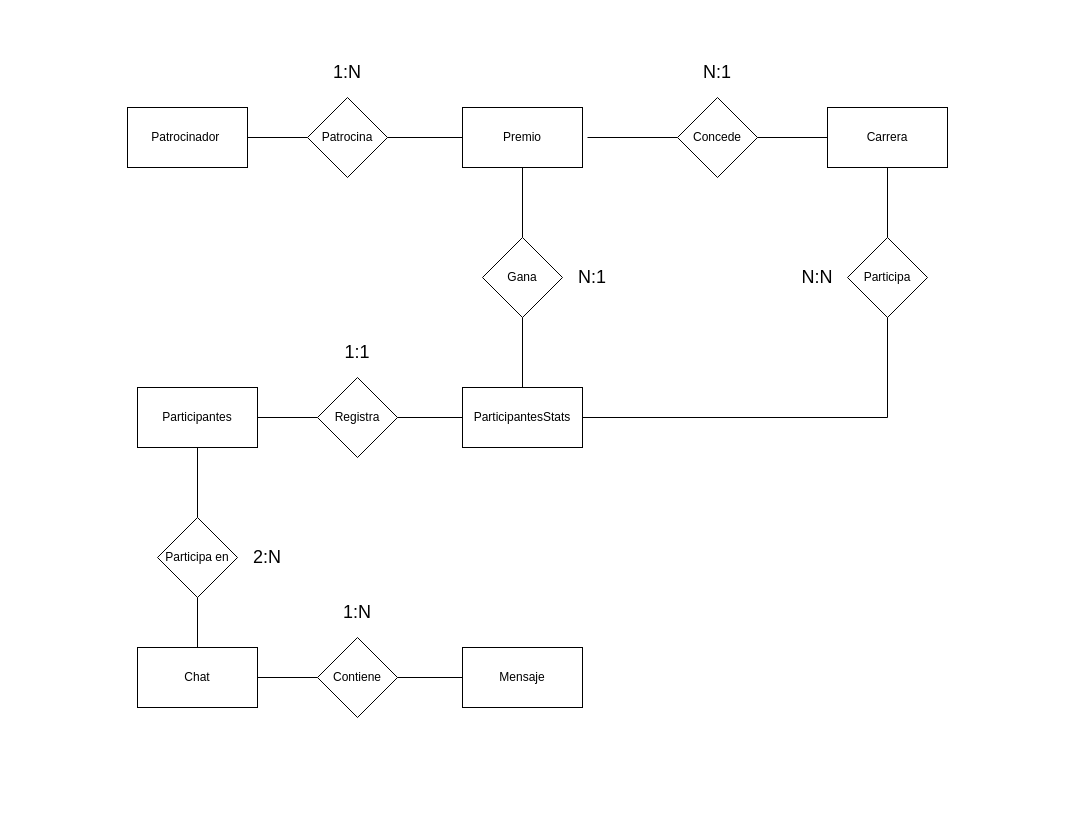
Earlier version of the draw.io diagram Diagram/entidad-relacion.drawio (JosueMatamoros/AthleticsRaceDB). Source tidied: cells renumbered, new cells numbered last; positions are measured from the earlier drawing's top-left corner, leaving out a move shared by most shapes. Both pictures are drawn from the tidied source at 100%, with x=0, y=0 at pixel (127, 57).
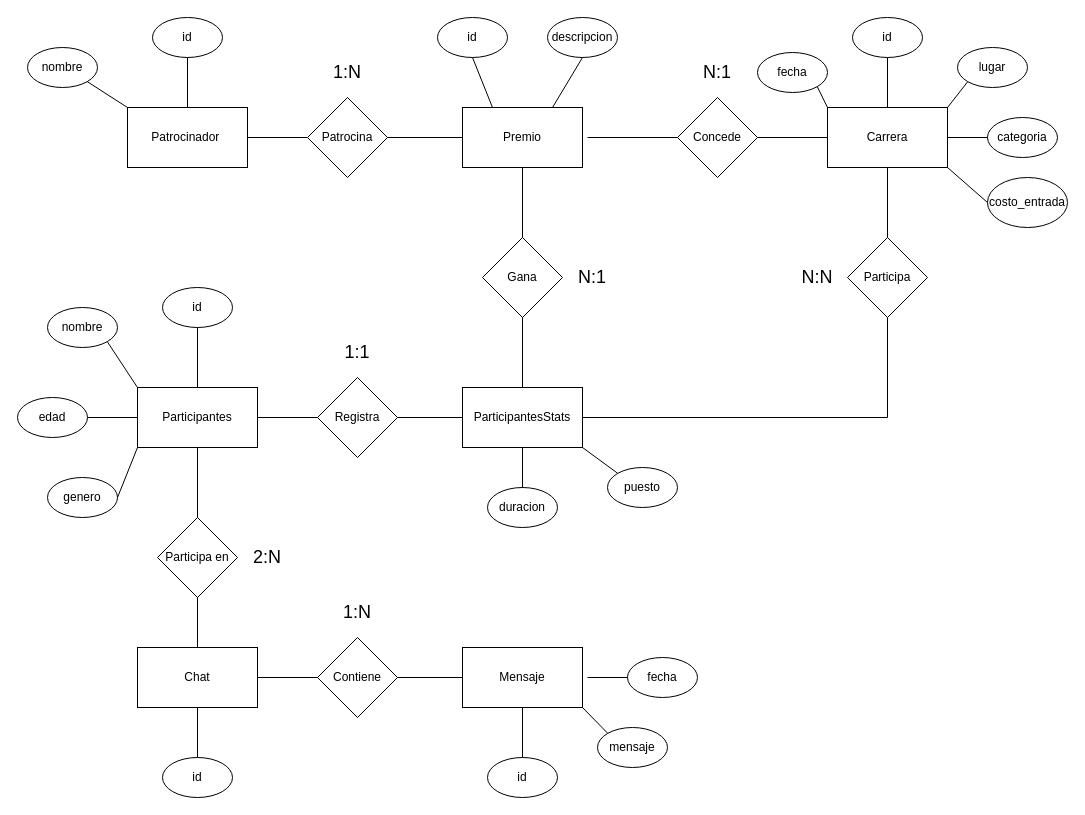
The same page after the edit.

Unchanged cells that the change refers to:
```xml
<mxCell id="2" value="Carrera" style="rounded=0;whiteSpace=wrap;html=1;" parent="1" vertex="1">
  <mxGeometry x="700" y="50" width="120" height="60" as="geometry" />
</mxCell>
<mxCell id="3" value="Patrocinador&amp;nbsp;" style="rounded=0;whiteSpace=wrap;html=1;" parent="1" vertex="1">
  <mxGeometry y="50" width="120" height="60" as="geometry" />
</mxCell>
<mxCell id="4" value="Participantes" style="rounded=0;whiteSpace=wrap;html=1;" parent="1" vertex="1">
  <mxGeometry x="10" y="330" width="120" height="60" as="geometry" />
</mxCell>
<mxCell id="5" value="ParticipantesStats" style="rounded=0;whiteSpace=wrap;html=1;" parent="1" vertex="1">
  <mxGeometry x="335" y="330" width="120" height="60" as="geometry" />
</mxCell>
<mxCell id="6" value="Premio" style="rounded=0;whiteSpace=wrap;html=1;" parent="1" vertex="1">
  <mxGeometry x="335" y="50" width="120" height="60" as="geometry" />
</mxCell>
<mxCell id="7" value="Chat" style="rounded=0;whiteSpace=wrap;html=1;" parent="1" vertex="1">
  <mxGeometry x="10" y="590" width="120" height="60" as="geometry" />
</mxCell>
<mxCell id="8" value="Mensaje" style="rounded=0;whiteSpace=wrap;html=1;" parent="1" vertex="1">
  <mxGeometry x="335" y="590" width="120" height="60" as="geometry" />
</mxCell>
```

What changed in the source:
```diff
@@
+    <mxCell id="37" value="id" style="ellipse;whiteSpace=wrap;html=1;" parent="1" vertex="1">
+      <mxGeometry x="25" y="-40" width="70" height="40" as="geometry" />
+    </mxCell>
+    <mxCell id="38" value="nombre" style="ellipse;whiteSpace=wrap;html=1;" parent="1" vertex="1">
+      <mxGeometry x="-100" y="-10" width="70" height="40" as="geometry" />
+    </mxCell>
+    <mxCell id="39" style="endArrow=none;html=1;rounded=0;entryX=1;entryY=1;entryDx=0;entryDy=0;exitX=0;exitY=0;exitDx=0;exitDy=0;" parent="1" edge="1" source="3" target="38">
+      <mxGeometry relative="1" as="geometry" />
+    </mxCell>
+    <mxCell id="40" style="endArrow=none;html=1;rounded=0;entryX=0.5;entryY=1;entryDx=0;entryDy=0;exitX=0.5;exitY=0;exitDx=0;exitDy=0;" parent="1" edge="1" source="3" target="37">
+      <mxGeometry relative="1" as="geometry" />
+    </mxCell>
+    <mxCell id="41" value="id" style="ellipse;whiteSpace=wrap;html=1;" parent="1" vertex="1">
+      <mxGeometry x="725" y="-40" width="70" height="40" as="geometry" />
+    </mxCell>
+    <mxCell id="42" style="endArrow=none;html=1;rounded=0;entryX=0.5;entryY=1;entryDx=0;entryDy=0;exitX=0.5;exitY=0;exitDx=0;exitDy=0;" parent="1" edge="1" source="2" target="41">
+      <mxGeometry relative="1" as="geometry" />
+    </mxCell>
+    <mxCell id="43" value="fecha" style="ellipse;whiteSpace=wrap;html=1;" parent="1" vertex="1">
+      <mxGeometry x="630" y="-5" width="70" height="40" as="geometry" />
+    </mxCell>
+    <mxCell id="44" style="endArrow=none;html=1;rounded=0;entryX=0;entryY=1;entryDx=0;entryDy=0;exitX=1;exitY=0;exitDx=0;exitDy=0;" parent="1" edge="1" source="2" target="46">
+      <mxGeometry relative="1" as="geometry" />
+    </mxCell>
+    <mxCell id="45" style="endArrow=none;html=1;rounded=0;entryX=1;entryY=1;entryDx=0;entryDy=0;exitX=0;exitY=0;exitDx=0;exitDy=0;" parent="1" edge="1" source="2" target="43">
+      <mxGeometry relative="1" as="geometry" />
+    </mxCell>
+    <mxCell id="46" value="lugar" style="ellipse;whiteSpace=wrap;html=1;" parent="1" vertex="1">
+      <mxGeometry x="830" y="-10" width="70" height="40" as="geometry" />
+    </mxCell>
+    <mxCell id="47" value="categoria" style="ellipse;whiteSpace=wrap;html=1;" parent="1" vertex="1">
+      <mxGeometry x="860" y="60" width="70" height="40" as="geometry" />
+    </mxCell>
+    <mxCell id="48" style="endArrow=none;html=1;rounded=0;exitX=1;exitY=0.5;exitDx=0;exitDy=0;" parent="1" edge="1" source="2">
+      <mxGeometry relative="1" as="geometry">
+        <mxPoint x="860" y="80" as="targetPoint" />
+      </mxGeometry>
+    </mxCell>
+    <mxCell id="49" value="costo_entrada" style="ellipse;whiteSpace=wrap;html=1;" parent="1" vertex="1">
+      <mxGeometry x="860" y="120" width="80" height="50" as="geometry" />
+    </mxCell>
+    <mxCell id="50" style="endArrow=none;html=1;rounded=0;exitX=1;exitY=1;exitDx=0;exitDy=0;entryX=0;entryY=0.5;entryDx=0;entryDy=0;" parent="1" edge="1" source="2" target="49">
+      <mxGeometry relative="1" as="geometry" />
+    </mxCell>
+    <mxCell id="51" value="id" style="ellipse;whiteSpace=wrap;html=1;" parent="1" vertex="1">
+      <mxGeometry x="310" y="-40" width="70" height="40" as="geometry" />
+    </mxCell>
+    <mxCell id="52" style="endArrow=none;html=1;rounded=0;exitX=0.25;exitY=0;exitDx=0;exitDy=0;entryX=0.5;entryY=1;entryDx=0;entryDy=0;" parent="1" edge="1" source="6" target="51">
+      <mxGeometry relative="1" as="geometry" />
+    </mxCell>
+    <mxCell id="53" value="descripcion" style="ellipse;whiteSpace=wrap;html=1;" parent="1" vertex="1">
+      <mxGeometry x="420" y="-40" width="70" height="40" as="geometry" />
+    </mxCell>
+    <mxCell id="54" style="endArrow=none;html=1;rounded=0;entryX=0.5;entryY=1;entryDx=0;entryDy=0;exitX=0.75;exitY=0;exitDx=0;exitDy=0;" parent="1" edge="1" source="6" target="53">
+      <mxGeometry relative="1" as="geometry" />
+    </mxCell>
+    <mxCell id="55" value="duracion" style="ellipse;whiteSpace=wrap;html=1;" parent="1" vertex="1">
+      <mxGeometry x="360" y="430" width="70" height="40" as="geometry" />
+    </mxCell>
+    <mxCell id="56" value="puesto" style="ellipse;whiteSpace=wrap;html=1;" parent="1" vertex="1">
+      <mxGeometry x="480" y="410" width="70" height="40" as="geometry" />
+    </mxCell>
+    <mxCell id="57" style="endArrow=none;html=1;rounded=0;entryX=0.5;entryY=1;entryDx=0;entryDy=0;" parent="1" edge="1" source="55" target="5">
+      <mxGeometry relative="1" as="geometry" />
+    </mxCell>
+    <mxCell id="58" style="endArrow=none;html=1;rounded=0;entryX=1;entryY=1;entryDx=0;entryDy=0;exitX=0;exitY=0;exitDx=0;exitDy=0;" parent="1" edge="1" source="56" target="5">
+      <mxGeometry relative="1" as="geometry" />
+    </mxCell>
+    <mxCell id="59" value="id" style="ellipse;whiteSpace=wrap;html=1;" parent="1" vertex="1">
+      <mxGeometry x="35" y="230" width="70" height="40" as="geometry" />
+    </mxCell>
+    <mxCell id="60" value="nombre" style="ellipse;whiteSpace=wrap;html=1;" parent="1" vertex="1">
+      <mxGeometry x="-80" y="250" width="70" height="40" as="geometry" />
+    </mxCell>
+    <mxCell id="61" value="edad" style="ellipse;whiteSpace=wrap;html=1;" parent="1" vertex="1">
+      <mxGeometry x="-110" y="340" width="70" height="40" as="geometry" />
+    </mxCell>
+    <mxCell id="62" value="genero" style="ellipse;whiteSpace=wrap;html=1;" parent="1" vertex="1">
+      <mxGeometry x="-80" y="420" width="70" height="40" as="geometry" />
+    </mxCell>
+    <mxCell id="63" style="endArrow=none;html=1;rounded=0;entryX=1;entryY=1;entryDx=0;entryDy=0;exitX=0;exitY=0;exitDx=0;exitDy=0;" parent="1" edge="1" source="4" target="60">
+      <mxGeometry relative="1" as="geometry" />
+    </mxCell>
+    <mxCell id="64" style="endArrow=none;html=1;rounded=0;entryX=0.5;entryY=1;entryDx=0;entryDy=0;exitX=0.5;exitY=0;exitDx=0;exitDy=0;" parent="1" edge="1" source="4" target="59">
+      <mxGeometry relative="1" as="geometry" />
+    </mxCell>
+    <mxCell id="65" style="endArrow=none;html=1;rounded=0;entryX=1;entryY=0.5;entryDx=0;entryDy=0;exitX=0;exitY=0.5;exitDx=0;exitDy=0;" parent="1" edge="1" source="4" target="61">
+      <mxGeometry relative="1" as="geometry" />
+    </mxCell>
+    <mxCell id="66" style="endArrow=none;html=1;rounded=0;entryX=1;entryY=0.5;entryDx=0;entryDy=0;exitX=0;exitY=1;exitDx=0;exitDy=0;" parent="1" edge="1" source="4" target="62">
+      <mxGeometry relative="1" as="geometry" />
+    </mxCell>
+    <mxCell id="67" value="id" style="ellipse;whiteSpace=wrap;html=1;" parent="1" vertex="1">
+      <mxGeometry x="35" y="700" width="70" height="40" as="geometry" />
+    </mxCell>
+    <mxCell id="68" style="endArrow=none;html=1;rounded=0;entryX=0.5;entryY=1;entryDx=0;entryDy=0;exitX=0.5;exitY=0;exitDx=0;exitDy=0;" parent="1" edge="1" source="67" target="7">
+      <mxGeometry relative="1" as="geometry" />
+    </mxCell>
+    <mxCell id="69" value="id" style="ellipse;whiteSpace=wrap;html=1;" parent="1" vertex="1">
+      <mxGeometry x="360" y="700" width="70" height="40" as="geometry" />
+    </mxCell>
+    <mxCell id="70" style="endArrow=none;html=1;rounded=0;exitX=0.5;exitY=0;exitDx=0;exitDy=0;entryX=0.5;entryY=1;entryDx=0;entryDy=0;" parent="1" edge="1" source="69" target="8">
+      <mxGeometry relative="1" as="geometry" />
+    </mxCell>
+    <mxCell id="71" value="mensaje" style="ellipse;whiteSpace=wrap;html=1;" parent="1" vertex="1">
+      <mxGeometry x="470" y="670" width="70" height="40" as="geometry" />
+    </mxCell>
+    <mxCell id="72" value="fecha" style="ellipse;whiteSpace=wrap;html=1;" parent="1" vertex="1">
+      <mxGeometry x="500" y="600" width="70" height="40" as="geometry" />
+    </mxCell>
+    <mxCell id="73" style="endArrow=none;html=1;rounded=0;entryX=0;entryY=0.5;entryDx=0;entryDy=0;" parent="1" edge="1" target="72">
+      <mxGeometry relative="1" as="geometry">
+        <mxPoint x="460" y="620" as="sourcePoint" />
+      </mxGeometry>
+    </mxCell>
+    <mxCell id="74" style="endArrow=none;html=1;rounded=0;entryX=1;entryY=1;entryDx=0;entryDy=0;exitX=0;exitY=0;exitDx=0;exitDy=0;" parent="1" edge="1" source="71" target="8">
+      <mxGeometry relative="1" as="geometry" />
+    </mxCell>
```
